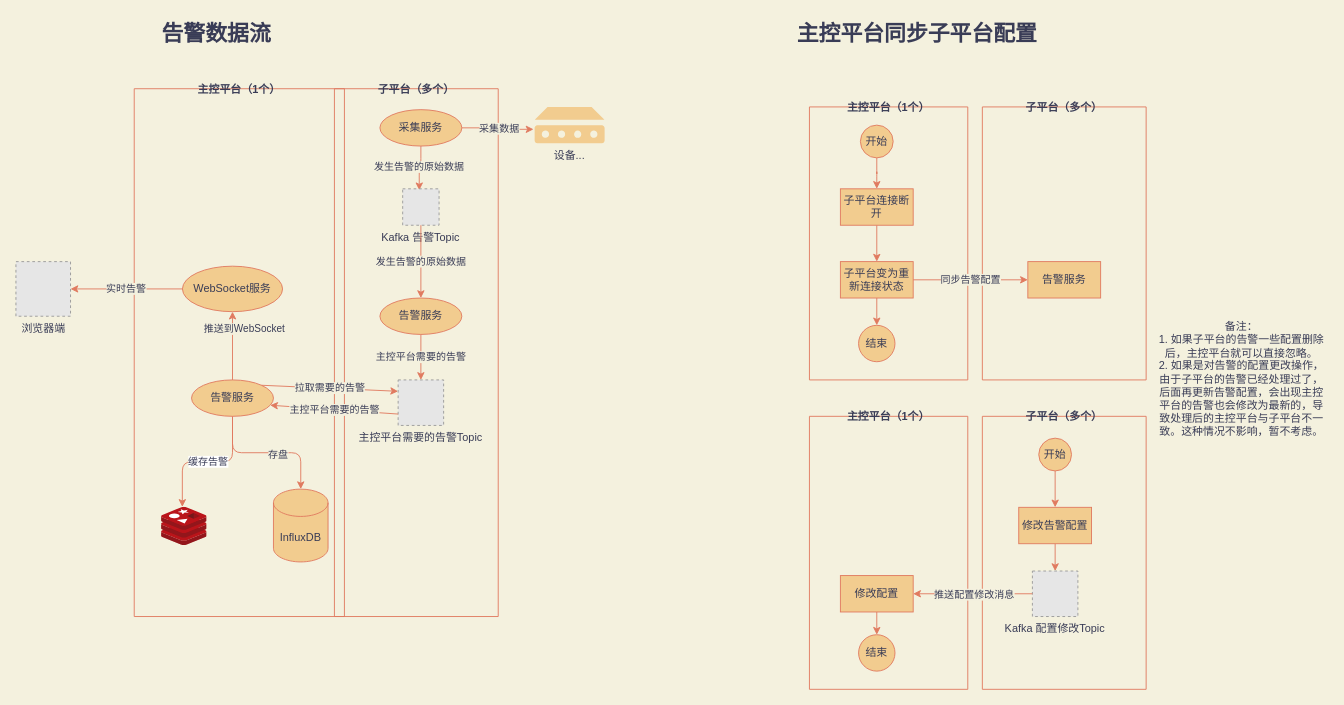
Earlier version of the draw.io diagram page "告警" (2 of 3) of test.drawio (Jarris3154/drawios). Source tidied: cells renumbered, new cells numbered last; positions are measured from the earlier drawing's top-left corner, leaving out a move shared by most shapes. Both pictures are drawn from the tidied source at 91%, with x=0, y=0 at pixel (15, 15). Pictures stored in the file or linked from it are replaced by grey dashed boxes.
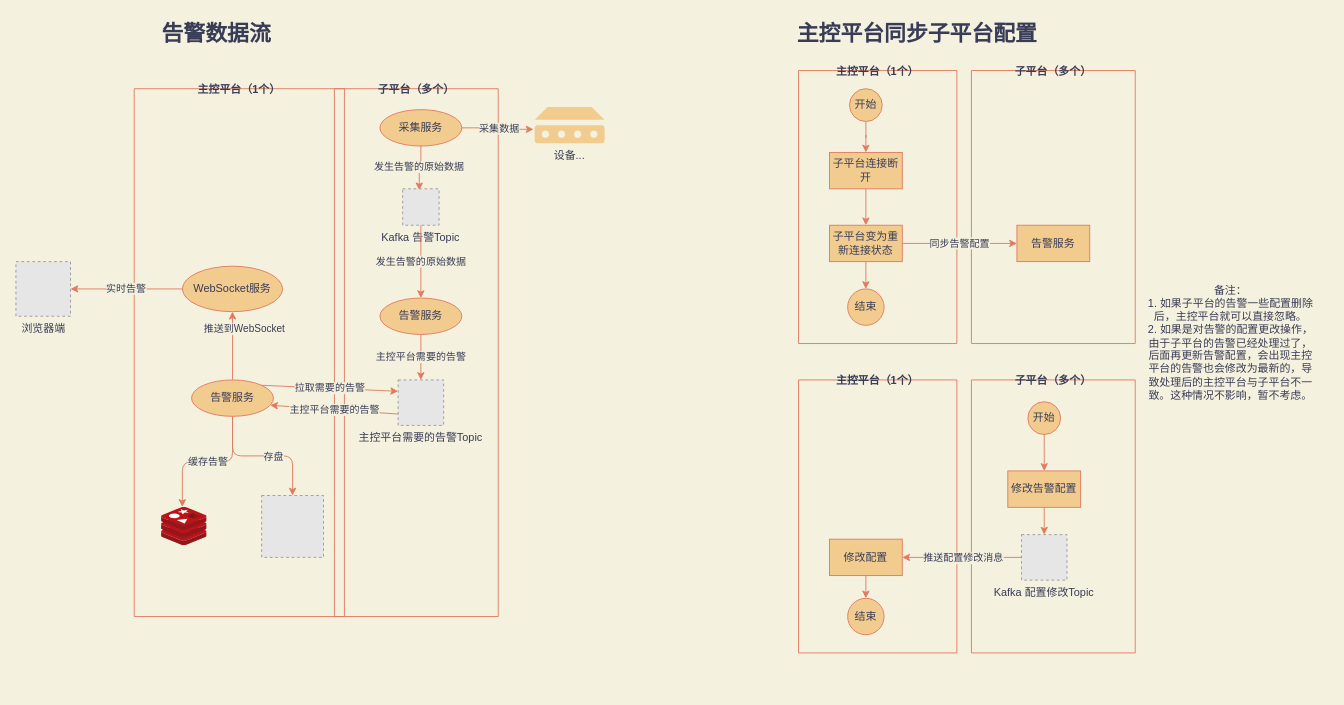
The same page after the edit.

Unchanged cells that the change refers to:
```xml
<mxCell id="9" value="主控平台需要的告警Topic" style="fillColor=#E6E6E6;strokeColor=#999999;dashed=1;verticalLabelPosition=bottom;verticalAlign=top;align=center;fontColor=#393C56;" parent="2" vertex="1">
  <mxGeometry x="70" y="320" width="50" height="50" as="geometry" />
</mxCell>
<mxCell id="14" value="主控平台（1个）" style="swimlane;startSize=0;fillColor=#F2CC8F;strokeColor=#E07A5F;fontColor=#393C56;" parent="1" vertex="1">
  <mxGeometry x="130" y="80" width="231" height="580" as="geometry" />
</mxCell>
<mxCell id="19" value="告警服务" style="ellipse;whiteSpace=wrap;html=1;fillColor=#F2CC8F;strokeColor=#E07A5F;fontColor=#393C56;" parent="14" vertex="1">
  <mxGeometry x="63" y="320" width="90" height="40" as="geometry" />
</mxCell>
```

Diff of the diagram source:
```diff
@@
-    <mxCell id="15" style="edgeStyle=orthogonalEdgeStyle;jettySize=auto;html=1;entryX=0.5;entryY=0;entryDx=0;entryDy=0;strokeColor=#E07A5F;fontColor=#393C56;entryPerimeter=0;labelBackgroundColor=#F4F1DE;" parent="14" edge="1" source="19" target="21">
+    <mxCell id="15" style="edgeStyle=orthogonalEdgeStyle;jettySize=auto;html=1;strokeColor=#E07A5F;fontColor=#393C56;labelBackgroundColor=#F4F1DE;" parent="14" edge="1" source="19" target="52">
       <mxGeometry relative="1" as="geometry" />
     </mxCell>
@@
-    <mxCell id="18" value="缓存告警" style="edgeStyle=orthogonalEdgeStyle;rounded=1;sketch=0;jettySize=auto;html=1;entryX=0.457;entryY=-0.011;entryDx=0;entryDy=0;entryPerimeter=0;fontColor=#393C56;strokeColor=#E07A5F;fillColor=#F2CC8F;" parent="14" edge="1" source="19" target="22">
+    <mxCell id="18" value="缓存告警" style="edgeStyle=orthogonalEdgeStyle;rounded=1;sketch=0;jettySize=auto;html=1;entryX=0.457;entryY=-0.011;entryDx=0;entryDy=0;entryPerimeter=0;fontColor=#393C56;strokeColor=#E07A5F;fillColor=#F2CC8F;labelBackgroundColor=#F4F1DE;" parent="14" edge="1" source="19" target="22">
       <mxGeometry relative="1" as="geometry" />
     </mxCell>
@@
-    <mxCell id="21" value="InfluxDB" style="shape=cylinder3;whiteSpace=wrap;html=1;boundedLbl=1;backgroundOutline=1;size=15;fillColor=#F2CC8F;strokeColor=#E07A5F;fontColor=#393C56;" parent="14" vertex="1">
-      <mxGeometry x="153" y="440" width="60" height="80" as="geometry" />
-    </mxCell>
-    <mxCell id="22" style="html=1;points=[];align=center;image;fontSize=12;image=img/lib/mscae/Cache_Redis_Product.svg;rounded=0;sketch=0;fontColor=#393C56;strokeColor=#E07A5F;fillColor=#F2CC8F;" parent="14" vertex="1">
+    <mxCell id="22" style="html=1;points=[];align=center;image;fontSize=12;image=img/lib/mscae/Cache_Redis_Product.svg;rounded=0;sketch=0;fontColor=#393C56;strokeColor=#E07A5F;fillColor=#F2CC8F;labelBackgroundColor=#F4F1DE;" parent="14" vertex="1">
       <mxGeometry x="30" y="460" width="50" height="42" as="geometry" />
     </mxCell>
+    <mxCell id="52" style="fillColor=#E6E6E6;strokeColor=#999999;dashed=1;html=1;verticalAlign=top;verticalLabelPosition=bottom;fontColor=#393C56;labelBackgroundColor=#F4F1DE;" parent="14" vertex="1">
+      <mxGeometry x="140" y="447" width="68" height="68" as="geometry" />
+    </mxCell>
-    <mxCell id="23" value="主控平台需要的告警" style="jettySize=auto;html=1;entryX=0.96;entryY=0.695;entryDx=0;entryDy=0;strokeColor=#E07A5F;fontColor=#393C56;exitX=0;exitY=0.75;exitDx=0;exitDy=0;labelBackgroundColor=#F4F1DE;entryPerimeter=0;" parent="1" edge="1" source="9" target="19">
+    <mxCell id="23" value="主控平台需要的告警" style="jettySize=auto;html=1;entryX=0.96;entryY=0.695;entryDx=0;entryDy=0;strokeColor=#E07A5F;fontColor=#393C56;exitX=0;exitY=0.75;exitDx=0;exitDy=0;entryPerimeter=0;labelBackgroundColor=#F4F1DE;" parent="1" edge="1" source="9" target="19">
       <mxGeometry relative="1" as="geometry" />
     </mxCell>
@@
     <mxCell id="27" value="子平台（多个）" style="swimlane;startSize=0;swimlaneLine=1;fillColor=#F2CC8F;strokeColor=#E07A5F;fontColor=#393C56;" parent="1" vertex="1">
-      <mxGeometry x="1062" y="100" width="180" height="300" as="geometry" />
+      <mxGeometry x="1050" y="60" width="180" height="300" as="geometry" />
     </mxCell>
@@
     <mxCell id="29" value="主控平台（1个）" style="swimlane;startSize=0;fillColor=#F2CC8F;strokeColor=#E07A5F;fontColor=#393C56;" parent="1" vertex="1">
-      <mxGeometry x="872" y="100" width="174" height="300" as="geometry" />
+      <mxGeometry x="860" y="60" width="174" height="300" as="geometry" />
     </mxCell>
@@
     <mxCell id="38" value="子平台（多个）" style="swimlane;startSize=0;swimlaneLine=1;fillColor=#F2CC8F;strokeColor=#E07A5F;fontColor=#393C56;" parent="1" vertex="1">
-      <mxGeometry x="1062" y="440" width="180" height="300" as="geometry" />
+      <mxGeometry x="1050" y="400" width="180" height="300" as="geometry" />
     </mxCell>
@@
     <mxCell id="44" value="主控平台（1个）" style="swimlane;startSize=0;fillColor=#F2CC8F;strokeColor=#E07A5F;fontColor=#393C56;" parent="1" vertex="1">
-      <mxGeometry x="872" y="440" width="174" height="300" as="geometry" />
+      <mxGeometry x="860" y="400" width="174" height="300" as="geometry" />
     </mxCell>
@@
     <mxCell id="50" value="&lt;div&gt;备注： &lt;br&gt;&lt;/div&gt;&lt;div&gt;1. 如果子平台的告警一些配置删除后，主控平台就可以直接忽略。&lt;/div&gt;&lt;div&gt;2. 如果是对告警的配置更改操作，由于子平台的告警已经处理过了，后面再更新告警配置，会出现主控平台的告警也会修改为最新的，导致处理后的主控平台与子平台不一致。这种情况不影响，暂不考虑。&lt;br&gt;&lt;/div&gt;" style="text;html=1;strokeColor=none;fillColor=none;spacing=5;spacingTop=-20;whiteSpace=wrap;overflow=hidden;align=center;fontColor=#393C56;" parent="1" vertex="1">
-      <mxGeometry x="1252" y="345" width="190" height="120" as="geometry" />
+      <mxGeometry x="1240" y="305" width="190" height="120" as="geometry" />
     </mxCell>
-    <mxCell id="51" value="拉取需要的告警" style="edgeStyle=none;rounded=0;jettySize=auto;html=1;entryX=0;entryY=0.25;entryDx=0;entryDy=0;labelBackgroundColor=#F4F1DE;strokeColor=#E07A5F;fontColor=#393C56;exitX=1;exitY=0;exitDx=0;exitDy=0;" parent="1" edge="1" source="19" target="9">
+    <mxCell id="51" value="拉取需要的告警" style="edgeStyle=none;rounded=0;jettySize=auto;html=1;entryX=0;entryY=0.25;entryDx=0;entryDy=0;strokeColor=#E07A5F;fontColor=#393C56;exitX=1;exitY=0;exitDx=0;exitDy=0;labelBackgroundColor=#F4F1DE;" parent="1" edge="1" source="19" target="9">
       <mxGeometry relative="1" as="geometry" />
     </mxCell>
```
